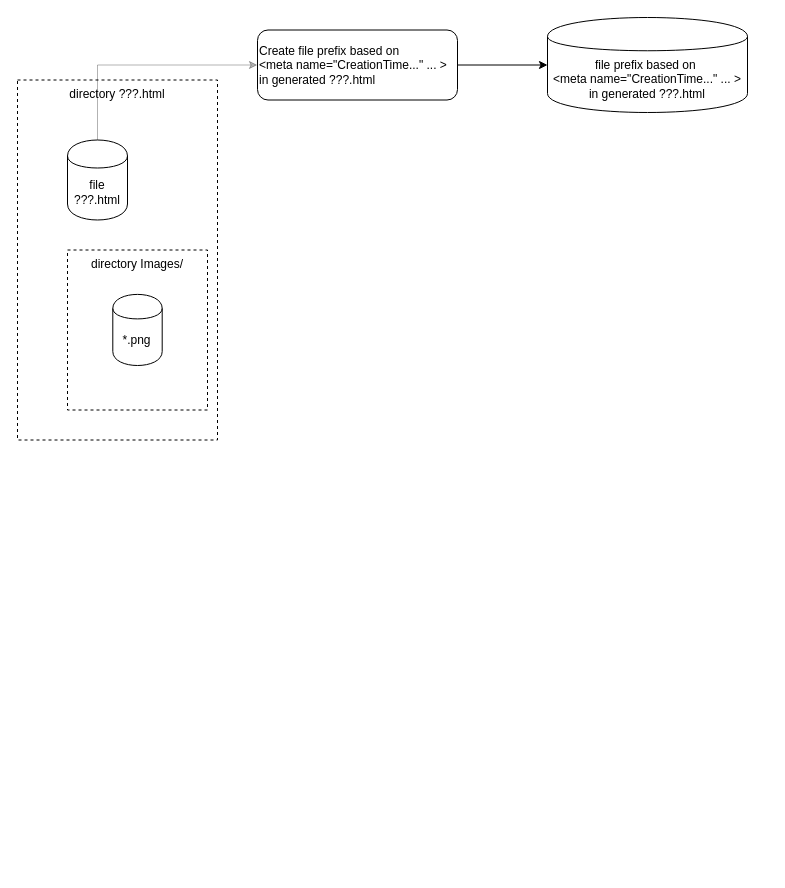
Earlier version of the draw.io diagram page "Step 2b of Gluing Scrivener to Jekyll" (11 of 20) of Architecture-Scrivener-to-Jekyll.drawio (guitarvydas/scrivener-to-jekyll). Source tidied: cells renumbered, new cells numbered last; positions are measured from the earlier drawing's top-left corner, leaving out a move shared by most shapes. Both pictures are drawn from the tidied source at 100%, with x=0, y=0 at pixel (17, 17).
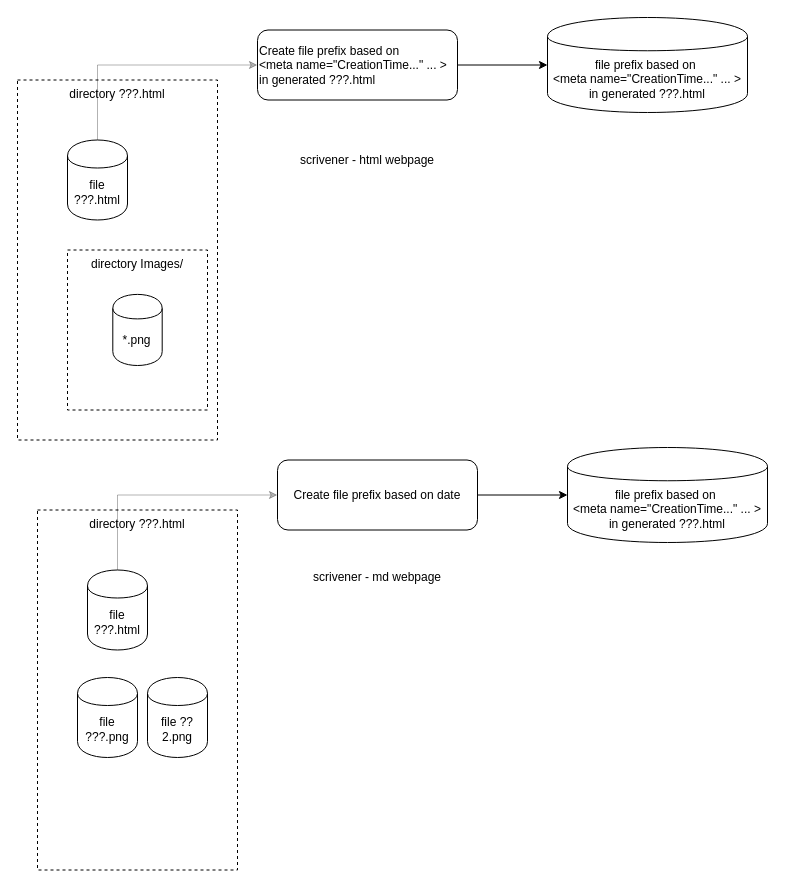
The same diagram, later.

The edit, as a diff of the source:
```diff
@@
 <mxGraphModel>
   <root>
     <mxCell id="0" />
     <mxCell id="1" parent="0" />
     <mxCell id="2" value="directory ???.html" style="rounded=0;whiteSpace=wrap;html=1;shadow=0;align=center;dashed=1;verticalAlign=top;" parent="1" vertex="1">
       <mxGeometry y="62.5" width="200" height="360" as="geometry" />
     </mxCell>
     <mxCell id="3" value="directory Images/" style="rounded=0;whiteSpace=wrap;html=1;shadow=0;align=center;dashed=1;verticalAlign=top;" parent="1" vertex="1">
       <mxGeometry x="50" y="232.5" width="140" height="160" as="geometry" />
     </mxCell>
     <mxCell id="4" value="*.png" style="shape=cylinder;whiteSpace=wrap;html=1;boundedLbl=1;backgroundOutline=1;align=center;" parent="3" vertex="1">
       <mxGeometry x="45.3" y="44.4" width="49.4" height="71.1" as="geometry" />
     </mxCell>
     <mxCell id="5" style="edgeStyle=orthogonalEdgeStyle;rounded=0;jettySize=auto;html=1;entryX=0;entryY=0.5;entryDx=0;entryDy=0;exitX=0.5;exitY=0;exitDx=0;exitDy=0;opacity=30;" parent="1" edge="1" source="6" target="8">
       <mxGeometry relative="1" as="geometry" />
     </mxCell>
     <mxCell id="6" value="file ???.html" style="shape=cylinder;whiteSpace=wrap;html=1;boundedLbl=1;backgroundOutline=1;align=center;shadow=0;" parent="1" vertex="1">
       <mxGeometry x="50" y="122.5" width="60" height="80" as="geometry" />
     </mxCell>
     <mxCell id="7" style="edgeStyle=orthogonalEdgeStyle;rounded=0;jettySize=auto;html=1;" parent="1" edge="1" source="8" target="9">
       <mxGeometry relative="1" as="geometry" />
     </mxCell>
     <mxCell id="8" value="Create file prefix based on &lt;br&gt;&amp;lt;meta name=&quot;CreationTime...&quot; ... &amp;gt;&lt;br&gt;in generated ???.html" style="rounded=1;whiteSpace=wrap;html=1;shadow=0;align=left;" parent="1" vertex="1">
       <mxGeometry x="240" y="12.5" width="200" height="70" as="geometry" />
     </mxCell>
     <mxCell id="9" value="&lt;span style=&quot;text-align: left&quot;&gt;file prefix based on&amp;nbsp;&lt;/span&gt;&lt;br style=&quot;text-align: left&quot;&gt;&lt;span style=&quot;text-align: left&quot;&gt;&amp;lt;meta name=&quot;CreationTime...&quot; ... &amp;gt;&lt;/span&gt;&lt;br style=&quot;text-align: left&quot;&gt;&lt;span style=&quot;text-align: left&quot;&gt;in generated ???.html&lt;/span&gt;" style="shape=cylinder;whiteSpace=wrap;html=1;boundedLbl=1;backgroundOutline=1;shadow=0;align=center;" parent="1" vertex="1">
       <mxGeometry x="530" width="200" height="95" as="geometry" />
     </mxCell>
+    <mxCell id="10" value="directory ???.html" style="rounded=0;whiteSpace=wrap;html=1;shadow=0;align=center;dashed=1;verticalAlign=top;" parent="1" vertex="1">
+      <mxGeometry x="20" y="492.5" width="200" height="360" as="geometry" />
+    </mxCell>
+    <mxCell id="11" style="edgeStyle=orthogonalEdgeStyle;rounded=0;jettySize=auto;html=1;entryX=0;entryY=0.5;entryDx=0;entryDy=0;exitX=0.5;exitY=0;exitDx=0;exitDy=0;opacity=30;" parent="1" edge="1" source="12" target="14">
+      <mxGeometry relative="1" as="geometry" />
+    </mxCell>
+    <mxCell id="12" value="file ???.html" style="shape=cylinder;whiteSpace=wrap;html=1;boundedLbl=1;backgroundOutline=1;align=center;shadow=0;" parent="1" vertex="1">
+      <mxGeometry x="70" y="552.5" width="60" height="80" as="geometry" />
+    </mxCell>
+    <mxCell id="13" style="edgeStyle=orthogonalEdgeStyle;rounded=0;jettySize=auto;html=1;" parent="1" edge="1" source="14" target="15">
+      <mxGeometry relative="1" as="geometry" />
+    </mxCell>
+    <mxCell id="14" value="Create file prefix based on date" style="rounded=1;whiteSpace=wrap;html=1;shadow=0;align=center;" parent="1" vertex="1">
+      <mxGeometry x="260" y="442.5" width="200" height="70" as="geometry" />
+    </mxCell>
+    <mxCell id="15" value="&lt;span style=&quot;text-align: left&quot;&gt;file prefix based on&amp;nbsp;&lt;/span&gt;&lt;br style=&quot;text-align: left&quot;&gt;&lt;span style=&quot;text-align: left&quot;&gt;&amp;lt;meta name=&quot;CreationTime...&quot; ... &amp;gt;&lt;/span&gt;&lt;br style=&quot;text-align: left&quot;&gt;&lt;span style=&quot;text-align: left&quot;&gt;in generated ???.html&lt;/span&gt;" style="shape=cylinder;whiteSpace=wrap;html=1;boundedLbl=1;backgroundOutline=1;shadow=0;align=center;" parent="1" vertex="1">
+      <mxGeometry x="550" y="430" width="200" height="95" as="geometry" />
+    </mxCell>
+    <mxCell id="16" value="file ???.png" style="shape=cylinder;whiteSpace=wrap;html=1;boundedLbl=1;backgroundOutline=1;align=center;shadow=0;" parent="1" vertex="1">
+      <mxGeometry x="60" y="660" width="60" height="80" as="geometry" />
+    </mxCell>
+    <mxCell id="17" value="file ??2.png" style="shape=cylinder;whiteSpace=wrap;html=1;boundedLbl=1;backgroundOutline=1;align=center;shadow=0;" parent="1" vertex="1">
+      <mxGeometry x="130" y="660" width="60" height="80" as="geometry" />
+    </mxCell>
+    <mxCell id="18" value="scrivener - md webpage" style="text;html=1;strokeColor=none;fillColor=none;align=center;verticalAlign=middle;whiteSpace=wrap;rounded=0;" parent="1" vertex="1">
+      <mxGeometry x="260" y="540" width="200" height="40" as="geometry" />
+    </mxCell>
+    <mxCell id="19" value="scrivener - html webpage" style="text;html=1;strokeColor=none;fillColor=none;align=center;verticalAlign=middle;whiteSpace=wrap;rounded=0;" parent="1" vertex="1">
+      <mxGeometry x="250" y="122.5" width="200" height="40" as="geometry" />
+    </mxCell>
   </root>
 </mxGraphModel>
```
